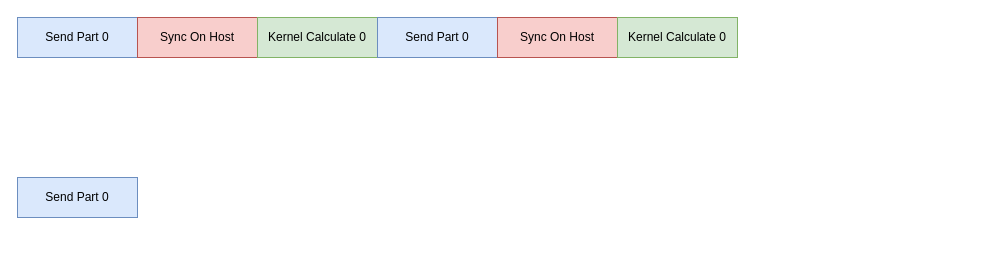
BEYHHH/SBLP keeps this draw.io diagram as TCCL/NvLink/RingAllreduceOverlap.drawio. Above is the earlier version. Source tidied: cells renumbered, new cells numbered last; positions are measured from the earlier drawing's top-left corner, leaving out a move shared by most shapes. Both pictures are drawn from the tidied source at 100%, with x=0, y=0 at pixel (17, 17).
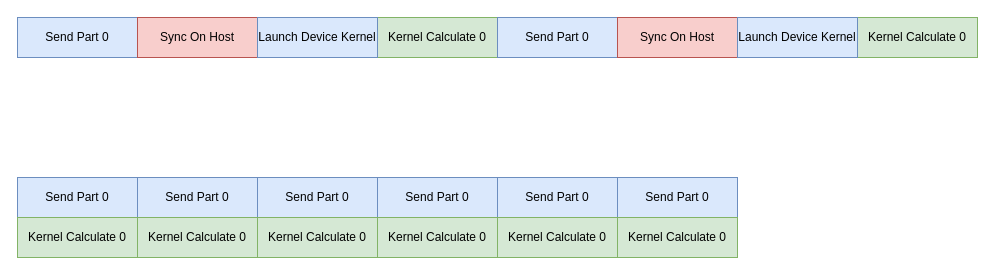
Above is the later version.

Diff of the diagram source:
```diff
@@
     <mxCell id="4" value="Kernel Calculate 0" style="rounded=0;whiteSpace=wrap;html=1;fillColor=#d5e8d4;strokeColor=#82b366;" parent="1" vertex="1">
-      <mxGeometry x="240" width="120" height="40" as="geometry" />
+      <mxGeometry x="360" width="120" height="40" as="geometry" />
     </mxCell>
     <mxCell id="5" value="Send Part 0" style="rounded=0;whiteSpace=wrap;html=1;fillColor=#dae8fc;strokeColor=#6c8ebf;" parent="1" vertex="1">
-      <mxGeometry x="360" width="120" height="40" as="geometry" />
+      <mxGeometry x="480" width="120" height="40" as="geometry" />
     </mxCell>
     <mxCell id="6" value="Sync On Host" style="rounded=0;whiteSpace=wrap;html=1;fillColor=#f8cecc;strokeColor=#b85450;" parent="1" vertex="1">
-      <mxGeometry x="480" width="120" height="40" as="geometry" />
+      <mxGeometry x="600" width="120" height="40" as="geometry" />
     </mxCell>
     <mxCell id="7" value="Kernel Calculate 0" style="rounded=0;whiteSpace=wrap;html=1;fillColor=#d5e8d4;strokeColor=#82b366;" parent="1" vertex="1">
-      <mxGeometry x="600" width="120" height="40" as="geometry" />
+      <mxGeometry x="840" width="120" height="40" as="geometry" />
     </mxCell>
@@
+    <mxCell id="9" value="Kernel Calculate 0" style="rounded=0;whiteSpace=wrap;html=1;fillColor=#d5e8d4;strokeColor=#82b366;" parent="1" vertex="1">
+      <mxGeometry y="200" width="120" height="40" as="geometry" />
+    </mxCell>
+    <mxCell id="10" value="Send Part 0" style="rounded=0;whiteSpace=wrap;html=1;fillColor=#dae8fc;strokeColor=#6c8ebf;" parent="1" vertex="1">
+      <mxGeometry x="120" y="160" width="120" height="40" as="geometry" />
+    </mxCell>
+    <mxCell id="11" value="Kernel Calculate 0" style="rounded=0;whiteSpace=wrap;html=1;fillColor=#d5e8d4;strokeColor=#82b366;" parent="1" vertex="1">
+      <mxGeometry x="120" y="200" width="120" height="40" as="geometry" />
+    </mxCell>
+    <mxCell id="12" value="Send Part 0" style="rounded=0;whiteSpace=wrap;html=1;fillColor=#dae8fc;strokeColor=#6c8ebf;" parent="1" vertex="1">
+      <mxGeometry x="240" y="160" width="120" height="40" as="geometry" />
+    </mxCell>
+    <mxCell id="13" value="Kernel Calculate 0" style="rounded=0;whiteSpace=wrap;html=1;fillColor=#d5e8d4;strokeColor=#82b366;" parent="1" vertex="1">
+      <mxGeometry x="240" y="200" width="120" height="40" as="geometry" />
+    </mxCell>
+    <mxCell id="14" value="Send Part 0" style="rounded=0;whiteSpace=wrap;html=1;fillColor=#dae8fc;strokeColor=#6c8ebf;" parent="1" vertex="1">
+      <mxGeometry x="360" y="160" width="120" height="40" as="geometry" />
+    </mxCell>
+    <mxCell id="15" value="Kernel Calculate 0" style="rounded=0;whiteSpace=wrap;html=1;fillColor=#d5e8d4;strokeColor=#82b366;" parent="1" vertex="1">
+      <mxGeometry x="360" y="200" width="120" height="40" as="geometry" />
+    </mxCell>
+    <mxCell id="16" value="Send Part 0" style="rounded=0;whiteSpace=wrap;html=1;fillColor=#dae8fc;strokeColor=#6c8ebf;" parent="1" vertex="1">
+      <mxGeometry x="480" y="160" width="120" height="40" as="geometry" />
+    </mxCell>
+    <mxCell id="17" value="Kernel Calculate 0" style="rounded=0;whiteSpace=wrap;html=1;fillColor=#d5e8d4;strokeColor=#82b366;" parent="1" vertex="1">
+      <mxGeometry x="480" y="200" width="120" height="40" as="geometry" />
+    </mxCell>
+    <mxCell id="18" value="Send Part 0" style="rounded=0;whiteSpace=wrap;html=1;fillColor=#dae8fc;strokeColor=#6c8ebf;" parent="1" vertex="1">
+      <mxGeometry x="600" y="160" width="120" height="40" as="geometry" />
+    </mxCell>
+    <mxCell id="19" value="Kernel Calculate 0" style="rounded=0;whiteSpace=wrap;html=1;fillColor=#d5e8d4;strokeColor=#82b366;" parent="1" vertex="1">
+      <mxGeometry x="600" y="200" width="120" height="40" as="geometry" />
+    </mxCell>
+    <mxCell id="20" value="Launch Device Kernel" style="rounded=0;whiteSpace=wrap;html=1;fillColor=#dae8fc;strokeColor=#6c8ebf;" parent="1" vertex="1">
+      <mxGeometry x="240" width="120" height="40" as="geometry" />
+    </mxCell>
+    <mxCell id="21" value="Launch Device Kernel" style="rounded=0;whiteSpace=wrap;html=1;fillColor=#dae8fc;strokeColor=#6c8ebf;" parent="1" vertex="1">
+      <mxGeometry x="720" width="120" height="40" as="geometry" />
+    </mxCell>
```
